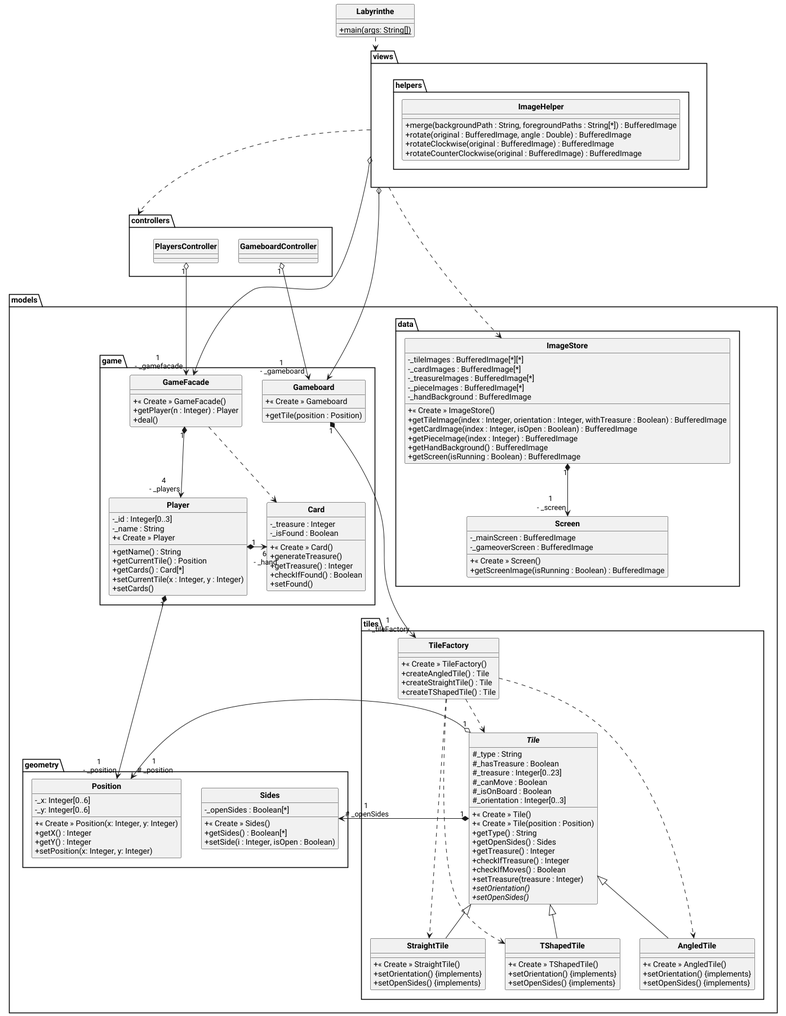
The PlantUML diagram uml/Labyrinthe.png in ElenaFri/labyrinthe, before a commit.
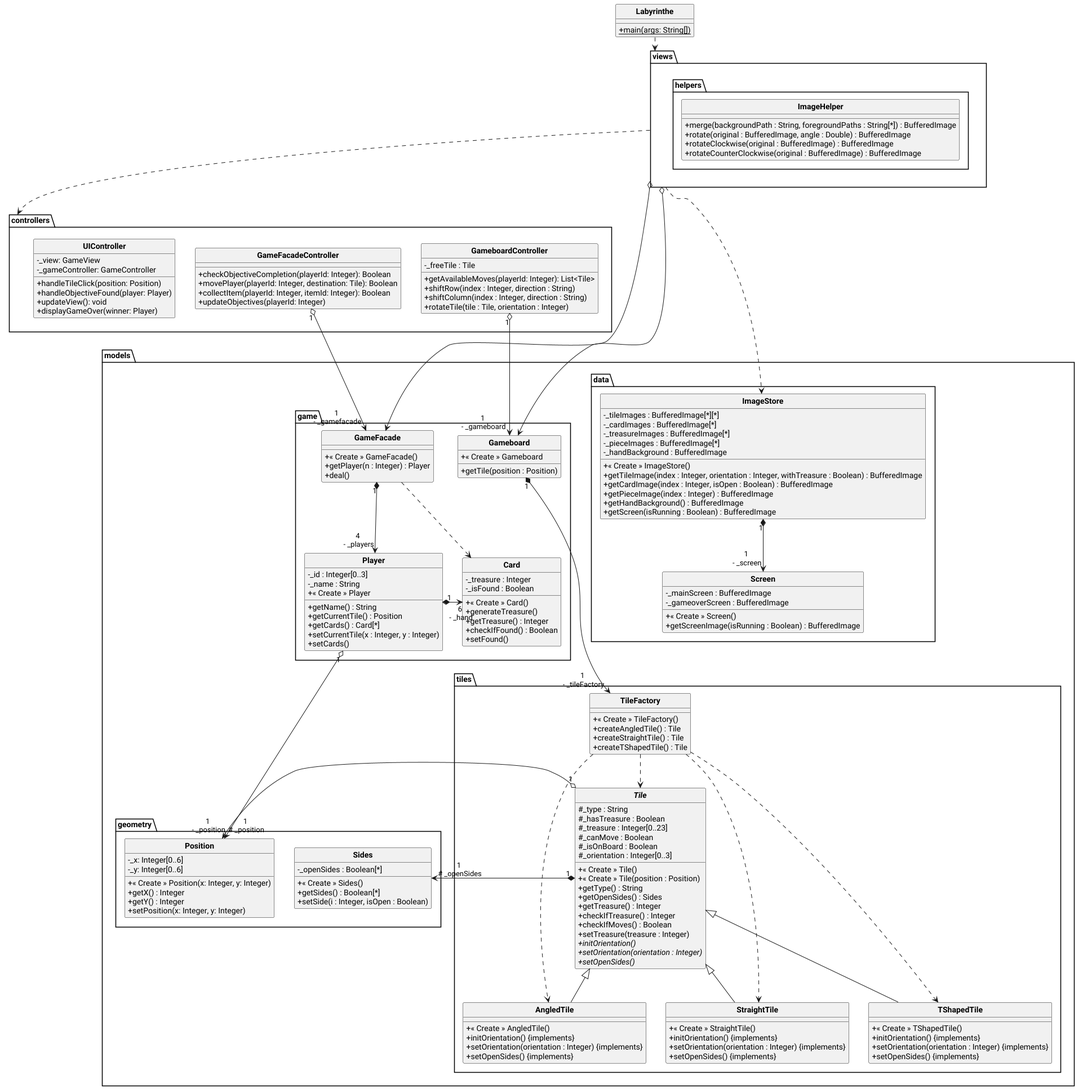
After the commit.

Commit message:
UML : contrôleurs modifiés + setOrientation() dans Tile pour bien positionner les tuiles sur le plateau

Change to the diagram source:
```diff
@@ -24,9 +24,30 @@
 
 package controllers
 {
-    class PlayersController {}
 
-    class GameboardController {}
+   class GameboardController {
+       + getAvailableMoves(playerId: Integer): List<Tile>
+       - _freeTile : Tile
+       + shiftRow(index : Integer, direction : String)
+       + shiftColumn(index : Integer, direction : String)
+       + rotateTile(tile : Tile, orientation : Integer)
+   }
+   class GameFacadeController {
+       + checkObjectiveCompletion(playerId: Integer): Boolean
+       + movePlayer(playerId: Integer, destination: Tile): Boolean
+       + collectItem(playerId: Integer, itemId: Integer): Boolean
+       + updateObjectives(playerId: Integer)
+   }
+
+   class UIController {
+       - _view: GameView
+       - _gameController: GameController
+
+       + handleTileClick(position: Position)
+       + handleObjectiveFound(player: Player)
+       + updateView(): void
+       + displayGameOver(winner: Player)
+   }
 }
 
 package models
@@ -54,22 +75,26 @@
 			+ checkIfTreasure() : Integer
 			+ checkIfMoves() : Boolean
 			+ setTreasure(treasure : Integer)
-			+ {abstract} setOrientation()
+			+ {abstract} initOrientation()
+			+ {abstract} setOrientation(orientation : Integer)
 			+ {abstract} setOpenSides()
 		}
 		class AngledTile extends Tile {
 			+ « Create » AngledTile()
-			+ setOrientation() {implements}
+			+ initOrientation() {implements}
+			+ setOrientation(orientation : Integer) {implements}
 			+ setOpenSides() {implements}
 		}
 		class StraightTile extends Tile {
 			+ « Create » StraightTile()
-			+ setOrientation() {implements}
+			+ initOrientation() {implements}
+			+ setOrientation(orientation : Integer) {implements}
 			+ setOpenSides() {implements}
 		}
 		class TShapedTile extends Tile {
 			+ « Create » TShapedTile()
-			+ setOrientation() {implements}
+			+ initOrientation() {implements}
+			+ setOrientation(orientation : Integer) {implements}
 			+ setOpenSides() {implements}
 		}
 	}
@@ -156,12 +181,11 @@
 views o--> GameFacade
 views o--> Gameboard
 views .> controllers
-PlayersController "1" o--> "1\n - _gamefacade" GameFacade
+GameFacadeController "1" o--> "1\n - _gamefacade" GameFacade
 GameboardController "1" o--> "1\n - _gameboard" Gameboard
-
 Gameboard "1" *---> "1\n - _tileFactory" TileFactory
 Player "1" *-> "6\n - _hand" Card
-Player "1" *--> "1\n - _position" Position
+Player "1" o--> "1\n - _position" Position
 GameFacade "1" *--> "4\n - _players" Player
 GameFacade ..> Card
 ImageStore "1" *--> "1\n - _screen" Screen
```
